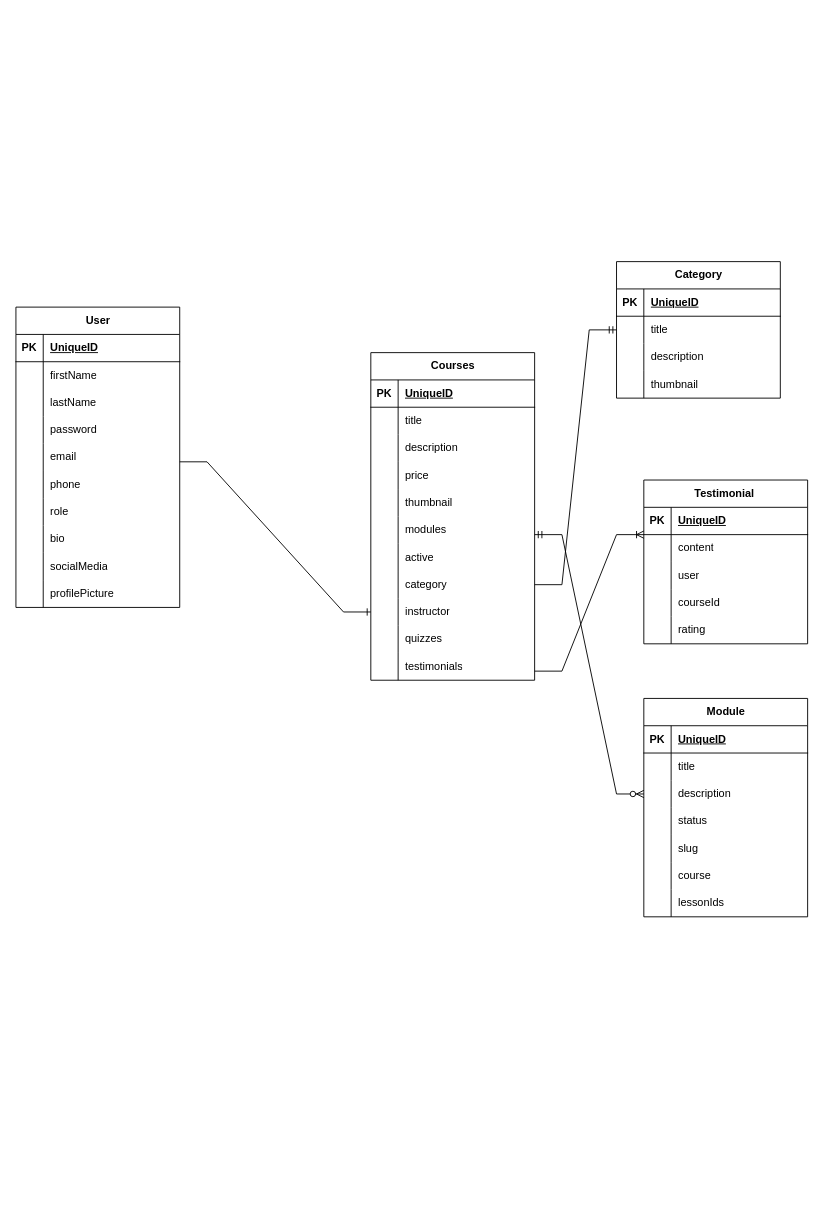
TanzimHossain2/EduConnect keeps this draw.io diagram as page "Page-2" (2 of 2) of diagrams/EduConnect.drawio. Above is the earlier version. Source tidied: cells renumbered, new cells numbered last; positions are measured from the earlier drawing's top-left corner, leaving out a move shared by most shapes. Both pictures are drawn from the tidied source at 91%, with x=0, y=0 at pixel (15, 261).
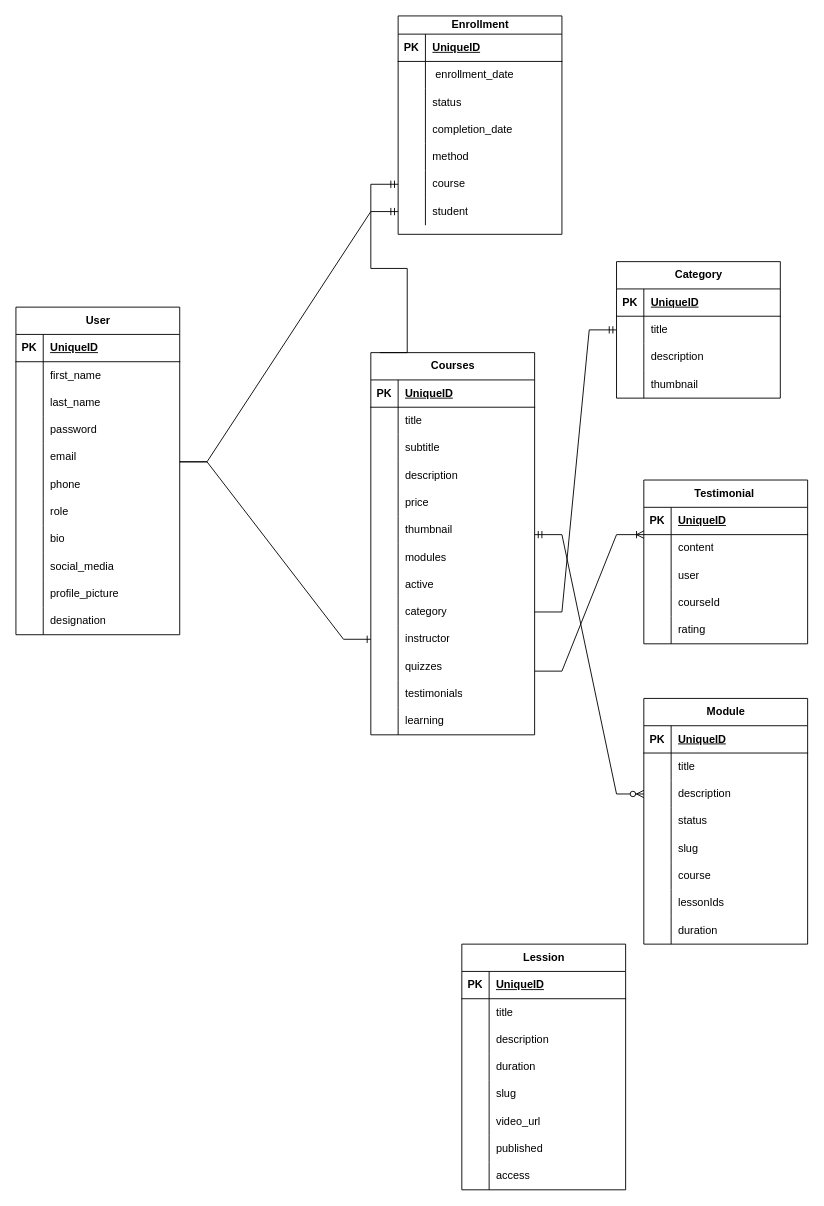
The same diagram, later.

Unchanged cells that the change refers to:
```xml
<mxCell id="53" style="shape=tableRow;horizontal=0;startSize=0;swimlaneHead=0;swimlaneBody=0;fillColor=none;top=0;left=0;right=0;bottom=0;" parent="49" vertex="1">
  <mxGeometry y="60" width="180" height="30" as="geometry" />
</mxCell>
<mxCell id="56" style="shape=tableRow;horizontal=0;startSize=0;swimlaneHead=0;swimlaneBody=0;fillColor=none;top=0;left=0;right=0;bottom=0;" parent="49" vertex="1">
  <mxGeometry y="90" width="180" height="30" as="geometry" />
</mxCell>
<mxCell id="74" style="shape=tableRow;horizontal=0;startSize=0;swimlaneHead=0;swimlaneBody=0;fillColor=none;top=0;left=0;right=0;bottom=0;" parent="49" vertex="1">
  <mxGeometry y="270" width="180" height="30" as="geometry" />
</mxCell>
<mxCell id="77" style="shape=tableRow;horizontal=0;startSize=0;swimlaneHead=0;swimlaneBody=0;fillColor=none;top=0;left=0;right=0;bottom=0;" parent="49" vertex="1">
  <mxGeometry y="300" width="180" height="30" as="geometry" />
</mxCell>
```

Change to the diagram source:
```diff
@@
     <mxCell id="2" value="Courses" style="shape=table;startSize=30;childLayout=tableLayout;rowLines=0;fontStyle=1;align=center;html=1;" parent="1" vertex="1">
-      <mxGeometry x="390" y="100" width="180" height="360" as="geometry" />
+      <mxGeometry x="390" y="100" width="180" height="420" as="geometry" />
     </mxCell>
@@
+    <mxCell id="122" style="shape=tableRow;horizontal=0;startSize=0;swimlaneHead=0;swimlaneBody=0;fillColor=none;top=0;left=0;right=0;bottom=0;" parent="2" vertex="1">
+      <mxGeometry y="90" width="180" height="30" as="geometry" />
+    </mxCell>
+    <mxCell id="123" style="shape=partialRectangle;fillColor=none;top=0;left=0;bottom=0;right=0;overflow=hidden;whiteSpace=wrap;html=1;" parent="122" vertex="1">
+      <mxGeometry width="30" height="30" as="geometry" />
+    </mxCell>
+    <mxCell id="124" value="subtitle" style="shape=partialRectangle;fillColor=none;top=0;left=0;bottom=0;right=0;align=left;spacingLeft=6;overflow=hidden;whiteSpace=wrap;html=1;" parent="122" vertex="1">
+      <mxGeometry x="30" width="150" height="30" as="geometry" />
+    </mxCell>
     <mxCell id="9" style="shape=tableRow;horizontal=0;startSize=0;swimlaneHead=0;swimlaneBody=0;fillColor=none;top=0;left=0;right=0;bottom=0;" parent="2" vertex="1">
-      <mxGeometry y="90" width="180" height="30" as="geometry" />
+      <mxGeometry y="120" width="180" height="30" as="geometry" />
     </mxCell>
@@
     <mxCell id="12" style="shape=tableRow;horizontal=0;startSize=0;swimlaneHead=0;swimlaneBody=0;fillColor=none;top=0;left=0;right=0;bottom=0;" parent="2" vertex="1">
-      <mxGeometry y="120" width="180" height="30" as="geometry" />
+      <mxGeometry y="150" width="180" height="30" as="geometry" />
     </mxCell>
@@
     <mxCell id="15" style="shape=tableRow;horizontal=0;startSize=0;swimlaneHead=0;swimlaneBody=0;fillColor=none;top=0;left=0;right=0;bottom=0;" parent="2" vertex="1">
-      <mxGeometry y="150" width="180" height="30" as="geometry" />
+      <mxGeometry y="180" width="180" height="30" as="geometry" />
     </mxCell>
@@
     <mxCell id="18" style="shape=tableRow;horizontal=0;startSize=0;swimlaneHead=0;swimlaneBody=0;fillColor=none;top=0;left=0;right=0;bottom=0;" parent="2" vertex="1">
-      <mxGeometry y="180" width="180" height="30" as="geometry" />
+      <mxGeometry y="210" width="180" height="30" as="geometry" />
     </mxCell>
@@
     <mxCell id="21" style="shape=tableRow;horizontal=0;startSize=0;swimlaneHead=0;swimlaneBody=0;fillColor=none;top=0;left=0;right=0;bottom=0;" parent="2" vertex="1">
-      <mxGeometry y="210" width="180" height="30" as="geometry" />
+      <mxGeometry y="240" width="180" height="30" as="geometry" />
     </mxCell>
@@
     <mxCell id="24" style="shape=tableRow;horizontal=0;startSize=0;swimlaneHead=0;swimlaneBody=0;fillColor=none;points=[[0,0.5],[1,0.5]];portConstraint=eastwest;top=0;left=0;right=0;bottom=0;" parent="2" vertex="1">
-      <mxGeometry y="240" width="180" height="30" as="geometry" />
+      <mxGeometry y="270" width="180" height="30" as="geometry" />
     </mxCell>
@@
     <mxCell id="27" style="shape=tableRow;horizontal=0;startSize=0;swimlaneHead=0;swimlaneBody=0;fillColor=none;points=[[0,0.5],[1,0.5]];portConstraint=eastwest;top=0;left=0;right=0;bottom=0;" parent="2" vertex="1">
-      <mxGeometry y="270" width="180" height="30" as="geometry" />
+      <mxGeometry y="300" width="180" height="30" as="geometry" />
     </mxCell>
@@
     <mxCell id="30" style="shape=tableRow;horizontal=0;startSize=0;swimlaneHead=0;swimlaneBody=0;fillColor=none;top=0;left=0;right=0;bottom=0;" parent="2" vertex="1">
-      <mxGeometry y="300" width="180" height="30" as="geometry" />
+      <mxGeometry y="330" width="180" height="30" as="geometry" />
     </mxCell>
@@
     <mxCell id="33" style="shape=tableRow;horizontal=0;startSize=0;swimlaneHead=0;swimlaneBody=0;fillColor=none;top=0;left=0;right=0;bottom=0;" parent="2" vertex="1">
-      <mxGeometry y="330" width="180" height="30" as="geometry" />
+      <mxGeometry y="360" width="180" height="30" as="geometry" />
     </mxCell>
@@
+    <mxCell id="125" style="shape=tableRow;horizontal=0;startSize=0;swimlaneHead=0;swimlaneBody=0;fillColor=none;top=0;left=0;right=0;bottom=0;" parent="2" vertex="1">
+      <mxGeometry y="390" width="180" height="30" as="geometry" />
+    </mxCell>
+    <mxCell id="126" style="shape=partialRectangle;fillColor=none;top=0;left=0;bottom=0;right=0;overflow=hidden;whiteSpace=wrap;html=1;" parent="125" vertex="1">
+      <mxGeometry width="30" height="30" as="geometry" />
+    </mxCell>
+    <mxCell id="127" value="learning" style="shape=partialRectangle;fillColor=none;top=0;left=0;bottom=0;right=0;align=left;spacingLeft=6;overflow=hidden;whiteSpace=wrap;html=1;" parent="125" vertex="1">
+      <mxGeometry x="30" width="150" height="30" as="geometry" />
+    </mxCell>
@@
     <mxCell id="49" value="User" style="shape=table;startSize=30;childLayout=tableLayout;rowLines=0;fontStyle=1;align=center;html=1;" parent="1" vertex="1">
-      <mxGeometry y="50" width="180" height="330" as="geometry" />
+      <mxGeometry y="50" width="180" height="360" as="geometry" />
     </mxCell>
@@
-    <mxCell id="55" value="firstName" style="shape=partialRectangle;fillColor=none;top=0;left=0;bottom=0;right=0;align=left;spacingLeft=6;overflow=hidden;whiteSpace=wrap;html=1;" parent="53" vertex="1">
+    <mxCell id="55" value="first_name" style="shape=partialRectangle;fillColor=none;top=0;left=0;bottom=0;right=0;align=left;spacingLeft=6;overflow=hidden;whiteSpace=wrap;html=1;" parent="53" vertex="1">
       <mxGeometry x="30" width="150" height="30" as="geometry" />
     </mxCell>
@@
-    <mxCell id="58" value="lastName" style="shape=partialRectangle;fillColor=none;top=0;left=0;bottom=0;right=0;align=left;spacingLeft=6;overflow=hidden;whiteSpace=wrap;html=1;" parent="56" vertex="1">
+    <mxCell id="58" value="last_name" style="shape=partialRectangle;fillColor=none;top=0;left=0;bottom=0;right=0;align=left;spacingLeft=6;overflow=hidden;whiteSpace=wrap;html=1;" parent="56" vertex="1">
       <mxGeometry x="30" width="150" height="30" as="geometry" />
     </mxCell>
@@
-    <mxCell id="76" value="socialMedia" style="shape=partialRectangle;fillColor=none;top=0;left=0;bottom=0;right=0;align=left;spacingLeft=6;overflow=hidden;whiteSpace=wrap;html=1;" parent="74" vertex="1">
+    <mxCell id="76" value="social_media" style="shape=partialRectangle;fillColor=none;top=0;left=0;bottom=0;right=0;align=left;spacingLeft=6;overflow=hidden;whiteSpace=wrap;html=1;" parent="74" vertex="1">
       <mxGeometry x="30" width="150" height="30" as="geometry" />
     </mxCell>
@@
-    <mxCell id="79" value="profilePicture" style="shape=partialRectangle;fillColor=none;top=0;left=0;bottom=0;right=0;align=left;spacingLeft=6;overflow=hidden;whiteSpace=wrap;html=1;" parent="77" vertex="1">
+    <mxCell id="79" value="profile_picture" style="shape=partialRectangle;fillColor=none;top=0;left=0;bottom=0;right=0;align=left;spacingLeft=6;overflow=hidden;whiteSpace=wrap;html=1;" parent="77" vertex="1">
       <mxGeometry x="30" width="150" height="30" as="geometry" />
     </mxCell>
+    <mxCell id="128" style="shape=tableRow;horizontal=0;startSize=0;swimlaneHead=0;swimlaneBody=0;fillColor=none;top=0;left=0;right=0;bottom=0;" parent="49" vertex="1">
+      <mxGeometry y="330" width="180" height="30" as="geometry" />
+    </mxCell>
+    <mxCell id="129" style="shape=partialRectangle;fillColor=none;top=0;left=0;bottom=0;right=0;overflow=hidden;whiteSpace=wrap;html=1;" parent="128" vertex="1">
+      <mxGeometry width="30" height="30" as="geometry" />
+    </mxCell>
+    <mxCell id="130" value="designation" style="shape=partialRectangle;fillColor=none;top=0;left=0;bottom=0;right=0;align=left;spacingLeft=6;overflow=hidden;whiteSpace=wrap;html=1;" parent="128" vertex="1">
+      <mxGeometry x="30" width="150" height="30" as="geometry" />
+    </mxCell>
     <mxCell id="80" value="Module" style="shape=table;startSize=30;childLayout=tableLayout;rowLines=0;fontStyle=1;align=center;html=1;" parent="1" vertex="1">
-      <mxGeometry x="690" y="480" width="180" height="240" as="geometry" />
+      <mxGeometry x="690" y="480" width="180" height="270" as="geometry" />
     </mxCell>
@@
+    <mxCell id="131" style="shape=tableRow;horizontal=0;startSize=0;swimlaneHead=0;swimlaneBody=0;fillColor=none;top=0;left=0;right=0;bottom=0;" parent="80" vertex="1">
+      <mxGeometry y="240" width="180" height="30" as="geometry" />
+    </mxCell>
+    <mxCell id="132" style="shape=partialRectangle;fillColor=none;top=0;left=0;bottom=0;right=0;overflow=hidden;whiteSpace=wrap;html=1;" parent="131" vertex="1">
+      <mxGeometry width="30" height="30" as="geometry" />
+    </mxCell>
+    <mxCell id="133" value="duration" style="shape=partialRectangle;fillColor=none;top=0;left=0;bottom=0;right=0;align=left;spacingLeft=6;overflow=hidden;whiteSpace=wrap;html=1;" parent="131" vertex="1">
+      <mxGeometry x="30" width="150" height="30" as="geometry" />
+    </mxCell>
@@
+    <mxCell id="134" value="Enrollment" style="shape=table;startSize=20;childLayout=tableLayout;rowLines=0;fontStyle=1;align=center;html=1;" parent="1" vertex="1">
+      <mxGeometry x="420" y="-270" width="180" height="240" as="geometry" />
+    </mxCell>
+    <mxCell id="135" style="shape=tableRow;horizontal=0;startSize=0;swimlaneHead=0;swimlaneBody=0;fillColor=none;top=0;left=0;right=0;bottom=1;" parent="134" vertex="1">
+      <mxGeometry y="20" width="180" height="30" as="geometry" />
+    </mxCell>
+    <mxCell id="136" value="PK" style="shape=partialRectangle;fillColor=none;top=0;left=0;bottom=0;right=0;fontStyle=1;overflow=hidden;whiteSpace=wrap;html=1;" parent="135" vertex="1">
+      <mxGeometry width="30" height="30" as="geometry" />
+    </mxCell>
+    <mxCell id="137" value="UniqueID" style="shape=partialRectangle;fillColor=none;top=0;left=0;bottom=0;right=0;align=left;spacingLeft=6;fontStyle=5;overflow=hidden;whiteSpace=wrap;html=1;" parent="135" vertex="1">
+      <mxGeometry x="30" width="150" height="30" as="geometry" />
+    </mxCell>
+    <mxCell id="138" style="shape=tableRow;horizontal=0;startSize=0;swimlaneHead=0;swimlaneBody=0;fillColor=none;top=0;left=0;right=0;bottom=0;" parent="134" vertex="1">
+      <mxGeometry y="50" width="180" height="30" as="geometry" />
+    </mxCell>
+    <mxCell id="139" style="shape=partialRectangle;fillColor=none;top=0;left=0;bottom=0;right=0;overflow=hidden;whiteSpace=wrap;html=1;" parent="138" vertex="1">
+      <mxGeometry width="30" height="30" as="geometry" />
+    </mxCell>
+    <mxCell id="140" value="&amp;nbsp;enrollment_date" style="shape=partialRectangle;fillColor=none;top=0;left=0;bottom=0;right=0;align=left;spacingLeft=6;overflow=hidden;whiteSpace=wrap;html=1;" parent="138" vertex="1">
+      <mxGeometry x="30" width="150" height="30" as="geometry" />
+    </mxCell>
+    <mxCell id="141" style="shape=tableRow;horizontal=0;startSize=0;swimlaneHead=0;swimlaneBody=0;fillColor=none;top=0;left=0;right=0;bottom=0;" parent="134" vertex="1">
+      <mxGeometry y="80" width="180" height="30" as="geometry" />
+    </mxCell>
+    <mxCell id="142" style="shape=partialRectangle;fillColor=none;top=0;left=0;bottom=0;right=0;overflow=hidden;whiteSpace=wrap;html=1;" parent="141" vertex="1">
+      <mxGeometry width="30" height="30" as="geometry" />
+    </mxCell>
+    <mxCell id="143" value="status" style="shape=partialRectangle;fillColor=none;top=0;left=0;bottom=0;right=0;align=left;spacingLeft=6;overflow=hidden;whiteSpace=wrap;html=1;" parent="141" vertex="1">
+      <mxGeometry x="30" width="150" height="30" as="geometry" />
+    </mxCell>
+    <mxCell id="144" style="shape=tableRow;horizontal=0;startSize=0;swimlaneHead=0;swimlaneBody=0;fillColor=none;top=0;left=0;right=0;bottom=0;" parent="134" vertex="1">
+      <mxGeometry y="110" width="180" height="30" as="geometry" />
+    </mxCell>
+    <mxCell id="145" style="shape=partialRectangle;fillColor=none;top=0;left=0;bottom=0;right=0;overflow=hidden;whiteSpace=wrap;html=1;" parent="144" vertex="1">
+      <mxGeometry width="30" height="30" as="geometry" />
+    </mxCell>
+    <mxCell id="146" value="completion_date" style="shape=partialRectangle;fillColor=none;top=0;left=0;bottom=0;right=0;align=left;spacingLeft=6;overflow=hidden;whiteSpace=wrap;html=1;" parent="144" vertex="1">
+      <mxGeometry x="30" width="150" height="30" as="geometry" />
+    </mxCell>
+    <mxCell id="147" style="shape=tableRow;horizontal=0;startSize=0;swimlaneHead=0;swimlaneBody=0;fillColor=none;top=0;left=0;right=0;bottom=0;" parent="134" vertex="1">
+      <mxGeometry y="140" width="180" height="30" as="geometry" />
+    </mxCell>
+    <mxCell id="148" style="shape=partialRectangle;fillColor=none;top=0;left=0;bottom=0;right=0;overflow=hidden;whiteSpace=wrap;html=1;" parent="147" vertex="1">
+      <mxGeometry width="30" height="30" as="geometry" />
+    </mxCell>
+    <mxCell id="149" value="method" style="shape=partialRectangle;fillColor=none;top=0;left=0;bottom=0;right=0;align=left;spacingLeft=6;overflow=hidden;whiteSpace=wrap;html=1;" parent="147" vertex="1">
+      <mxGeometry x="30" width="150" height="30" as="geometry" />
+    </mxCell>
+    <mxCell id="150" style="shape=tableRow;horizontal=0;startSize=0;swimlaneHead=0;swimlaneBody=0;fillColor=none;points=[[0,0.5],[1,0.5]];portConstraint=eastwest;top=0;left=0;right=0;bottom=0;" parent="134" vertex="1">
+      <mxGeometry y="170" width="180" height="30" as="geometry" />
+    </mxCell>
+    <mxCell id="151" style="shape=partialRectangle;fillColor=none;top=0;left=0;bottom=0;right=0;overflow=hidden;whiteSpace=wrap;html=1;" parent="150" vertex="1">
+      <mxGeometry width="30" height="30" as="geometry" />
+    </mxCell>
+    <mxCell id="152" value="course" style="shape=partialRectangle;fillColor=none;top=0;left=0;bottom=0;right=0;align=left;spacingLeft=6;overflow=hidden;whiteSpace=wrap;html=1;" parent="150" vertex="1">
+      <mxGeometry x="30" width="150" height="30" as="geometry" />
+    </mxCell>
+    <mxCell id="153" style="shape=tableRow;horizontal=0;startSize=0;swimlaneHead=0;swimlaneBody=0;fillColor=none;points=[[0,0.5],[1,0.5]];portConstraint=eastwest;top=0;left=0;right=0;bottom=0;" parent="134" vertex="1">
+      <mxGeometry y="200" width="180" height="30" as="geometry" />
+    </mxCell>
+    <mxCell id="154" style="shape=partialRectangle;fillColor=none;top=0;left=0;bottom=0;right=0;overflow=hidden;whiteSpace=wrap;html=1;" parent="153" vertex="1">
+      <mxGeometry width="30" height="30" as="geometry" />
+    </mxCell>
+    <mxCell id="155" value="student" style="shape=partialRectangle;fillColor=none;top=0;left=0;bottom=0;right=0;align=left;spacingLeft=6;overflow=hidden;whiteSpace=wrap;html=1;" parent="153" vertex="1">
+      <mxGeometry x="30" width="150" height="30" as="geometry" />
+    </mxCell>
+    <mxCell id="156" value="Lession" style="shape=table;startSize=30;childLayout=tableLayout;rowLines=0;fontStyle=1;align=center;html=1;" parent="1" vertex="1">
+      <mxGeometry x="490" y="750" width="180" height="270" as="geometry" />
+    </mxCell>
+    <mxCell id="157" style="shape=tableRow;horizontal=0;startSize=0;swimlaneHead=0;swimlaneBody=0;fillColor=none;top=0;left=0;right=0;bottom=1;" parent="156" vertex="1">
+      <mxGeometry y="30" width="180" height="30" as="geometry" />
+    </mxCell>
+    <mxCell id="158" value="PK" style="shape=partialRectangle;fillColor=none;top=0;left=0;bottom=0;right=0;fontStyle=1;overflow=hidden;whiteSpace=wrap;html=1;" parent="157" vertex="1">
+      <mxGeometry width="30" height="30" as="geometry" />
+    </mxCell>
+    <mxCell id="159" value="UniqueID" style="shape=partialRectangle;fillColor=none;top=0;left=0;bottom=0;right=0;align=left;spacingLeft=6;fontStyle=5;overflow=hidden;whiteSpace=wrap;html=1;" parent="157" vertex="1">
+      <mxGeometry x="30" width="150" height="30" as="geometry" />
+    </mxCell>
+    <mxCell id="160" style="shape=tableRow;horizontal=0;startSize=0;swimlaneHead=0;swimlaneBody=0;fillColor=none;top=0;left=0;right=0;bottom=0;" parent="156" vertex="1">
+      <mxGeometry y="60" width="180" height="30" as="geometry" />
+    </mxCell>
+    <mxCell id="161" style="shape=partialRectangle;fillColor=none;top=0;left=0;bottom=0;right=0;overflow=hidden;whiteSpace=wrap;html=1;" parent="160" vertex="1">
+      <mxGeometry width="30" height="30" as="geometry" />
+    </mxCell>
+    <mxCell id="162" value="title" style="shape=partialRectangle;fillColor=none;top=0;left=0;bottom=0;right=0;align=left;spacingLeft=6;overflow=hidden;whiteSpace=wrap;html=1;" parent="160" vertex="1">
+      <mxGeometry x="30" width="150" height="30" as="geometry" />
+    </mxCell>
+    <mxCell id="163" style="shape=tableRow;horizontal=0;startSize=0;swimlaneHead=0;swimlaneBody=0;fillColor=none;top=0;left=0;right=0;bottom=0;" parent="156" vertex="1">
+      <mxGeometry y="90" width="180" height="30" as="geometry" />
+    </mxCell>
+    <mxCell id="164" style="shape=partialRectangle;fillColor=none;top=0;left=0;bottom=0;right=0;overflow=hidden;whiteSpace=wrap;html=1;" parent="163" vertex="1">
+      <mxGeometry width="30" height="30" as="geometry" />
+    </mxCell>
+    <mxCell id="165" value="description" style="shape=partialRectangle;fillColor=none;top=0;left=0;bottom=0;right=0;align=left;spacingLeft=6;overflow=hidden;whiteSpace=wrap;html=1;" parent="163" vertex="1">
+      <mxGeometry x="30" width="150" height="30" as="geometry" />
+    </mxCell>
+    <mxCell id="166" style="shape=tableRow;horizontal=0;startSize=0;swimlaneHead=0;swimlaneBody=0;fillColor=none;top=0;left=0;right=0;bottom=0;" parent="156" vertex="1">
+      <mxGeometry y="120" width="180" height="30" as="geometry" />
+    </mxCell>
+    <mxCell id="167" style="shape=partialRectangle;fillColor=none;top=0;left=0;bottom=0;right=0;overflow=hidden;whiteSpace=wrap;html=1;" parent="166" vertex="1">
+      <mxGeometry width="30" height="30" as="geometry" />
+    </mxCell>
+    <mxCell id="168" value="duration" style="shape=partialRectangle;fillColor=none;top=0;left=0;bottom=0;right=0;align=left;spacingLeft=6;overflow=hidden;whiteSpace=wrap;html=1;" parent="166" vertex="1">
+      <mxGeometry x="30" width="150" height="30" as="geometry" />
+    </mxCell>
+    <mxCell id="169" style="shape=tableRow;horizontal=0;startSize=0;swimlaneHead=0;swimlaneBody=0;fillColor=none;top=0;left=0;right=0;bottom=0;" parent="156" vertex="1">
+      <mxGeometry y="150" width="180" height="30" as="geometry" />
+    </mxCell>
+    <mxCell id="170" style="shape=partialRectangle;fillColor=none;top=0;left=0;bottom=0;right=0;overflow=hidden;whiteSpace=wrap;html=1;" parent="169" vertex="1">
+      <mxGeometry width="30" height="30" as="geometry" />
+    </mxCell>
+    <mxCell id="171" value="slug" style="shape=partialRectangle;fillColor=none;top=0;left=0;bottom=0;right=0;align=left;spacingLeft=6;overflow=hidden;whiteSpace=wrap;html=1;" parent="169" vertex="1">
+      <mxGeometry x="30" width="150" height="30" as="geometry" />
+    </mxCell>
+    <mxCell id="172" style="shape=tableRow;horizontal=0;startSize=0;swimlaneHead=0;swimlaneBody=0;fillColor=none;top=0;left=0;right=0;bottom=0;" parent="156" vertex="1">
+      <mxGeometry y="180" width="180" height="30" as="geometry" />
+    </mxCell>
+    <mxCell id="173" style="shape=partialRectangle;fillColor=none;top=0;left=0;bottom=0;right=0;overflow=hidden;whiteSpace=wrap;html=1;" parent="172" vertex="1">
+      <mxGeometry width="30" height="30" as="geometry" />
+    </mxCell>
+    <mxCell id="174" value="video_url" style="shape=partialRectangle;fillColor=none;top=0;left=0;bottom=0;right=0;align=left;spacingLeft=6;overflow=hidden;whiteSpace=wrap;html=1;" parent="172" vertex="1">
+      <mxGeometry x="30" width="150" height="30" as="geometry" />
+    </mxCell>
+    <mxCell id="175" style="shape=tableRow;horizontal=0;startSize=0;swimlaneHead=0;swimlaneBody=0;fillColor=none;top=0;left=0;right=0;bottom=0;" parent="156" vertex="1">
+      <mxGeometry y="210" width="180" height="30" as="geometry" />
+    </mxCell>
+    <mxCell id="176" style="shape=partialRectangle;fillColor=none;top=0;left=0;bottom=0;right=0;overflow=hidden;whiteSpace=wrap;html=1;" parent="175" vertex="1">
+      <mxGeometry width="30" height="30" as="geometry" />
+    </mxCell>
+    <mxCell id="177" value="published" style="shape=partialRectangle;fillColor=none;top=0;left=0;bottom=0;right=0;align=left;spacingLeft=6;overflow=hidden;whiteSpace=wrap;html=1;" parent="175" vertex="1">
+      <mxGeometry x="30" width="150" height="30" as="geometry" />
+    </mxCell>
+    <mxCell id="178" style="shape=tableRow;horizontal=0;startSize=0;swimlaneHead=0;swimlaneBody=0;fillColor=none;top=0;left=0;right=0;bottom=0;" parent="156" vertex="1">
+      <mxGeometry y="240" width="180" height="30" as="geometry" />
+    </mxCell>
+    <mxCell id="179" style="shape=partialRectangle;fillColor=none;top=0;left=0;bottom=0;right=0;overflow=hidden;whiteSpace=wrap;html=1;" parent="178" vertex="1">
+      <mxGeometry width="30" height="30" as="geometry" />
+    </mxCell>
+    <mxCell id="180" value="access" style="shape=partialRectangle;fillColor=none;top=0;left=0;bottom=0;right=0;align=left;spacingLeft=6;overflow=hidden;whiteSpace=wrap;html=1;" parent="178" vertex="1">
+      <mxGeometry x="30" width="150" height="30" as="geometry" />
+    </mxCell>
+    <mxCell id="181" style="edgeStyle=entityRelationEdgeStyle;fontSize=12;html=1;endArrow=ERmandOne;rounded=0;" parent="1" edge="1" target="153">
+      <mxGeometry relative="1" as="geometry">
+        <mxPoint x="180" y="220" as="sourcePoint" />
+        <Array as="points">
+          <mxPoint x="-70" y="230" />
+          <mxPoint x="-50" y="210" />
+        </Array>
+      </mxGeometry>
+    </mxCell>
+    <mxCell id="182" style="edgeStyle=entityRelationEdgeStyle;fontSize=12;html=1;endArrow=ERmandOne;rounded=0;" parent="1" edge="1" target="150">
+      <mxGeometry relative="1" as="geometry">
+        <mxPoint x="400" y="100" as="sourcePoint" />
+        <Array as="points">
+          <mxPoint x="380" y="50" />
+          <mxPoint x="400" y="60" />
+        </Array>
+      </mxGeometry>
+    </mxCell>
```
